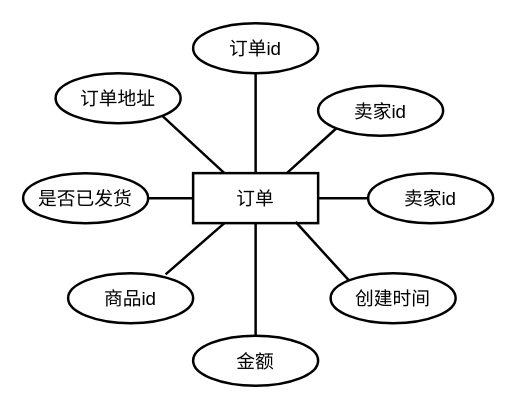
Before: 毕业设计-用户表ER图.drawio in srcrs/draw-static, a draw.io diagram. Source tidied: cells renumbered, new cells numbered last; positions are measured from the earlier drawing's top-left corner, leaving out a move shared by most shapes. Both pictures are drawn from the tidied source at 125%, with x=0, y=0 at pixel (22, 22).
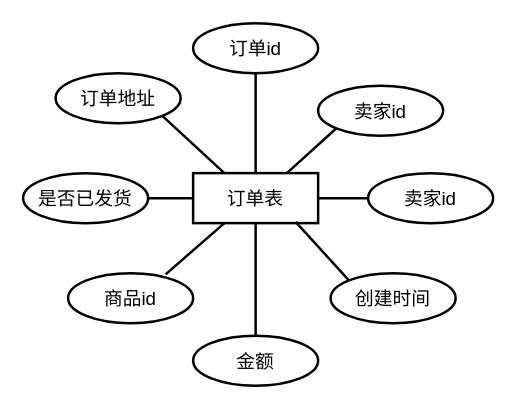
After the change.

Commit message:
更新毕业设计-用户表ER图.drawio

The edit, as a diff of the source:
```diff
@@
 <mxGraphModel>
   <root>
     <mxCell id="0" />
     <mxCell id="1" parent="0" />
-    <mxCell id="2" value="订单" style="whiteSpace=wrap;html=1;align=center;strokeWidth=2;fontSize=15;" parent="1" vertex="1">
+    <mxCell id="2" value="订单表" style="whiteSpace=wrap;html=1;align=center;strokeWidth=2;fontSize=15;" parent="1" vertex="1">
       <mxGeometry x="136" y="120" width="100" height="40" as="geometry" />
     </mxCell>
     <mxCell id="3" value="金额" style="ellipse;whiteSpace=wrap;html=1;align=center;strokeWidth=2;fontSize=15;" parent="1" vertex="1">
       <mxGeometry x="136" y="250" width="100" height="40" as="geometry" />
     </mxCell>
     <mxCell id="4" value="创建时间" style="ellipse;whiteSpace=wrap;html=1;align=center;strokeWidth=2;fontSize=15;" parent="1" vertex="1">
       <mxGeometry x="246" y="200" width="100" height="40" as="geometry" />
     </mxCell>
     <mxCell id="5" value="商品id" style="ellipse;whiteSpace=wrap;html=1;align=center;strokeWidth=2;fontSize=15;" parent="1" vertex="1">
       <mxGeometry x="36" y="200" width="100" height="40" as="geometry" />
     </mxCell>
     <mxCell id="6" value="卖家id" style="ellipse;whiteSpace=wrap;html=1;align=center;strokeWidth=2;fontSize=15;" parent="1" vertex="1">
       <mxGeometry x="276" y="120" width="100" height="40" as="geometry" />
     </mxCell>
     <mxCell id="7" value="是否已发货" style="ellipse;whiteSpace=wrap;html=1;align=center;strokeWidth=2;fontSize=15;" parent="1" vertex="1">
       <mxGeometry y="120" width="100" height="40" as="geometry" />
     </mxCell>
     <mxCell id="8" value="订单地址" style="ellipse;whiteSpace=wrap;html=1;align=center;strokeWidth=2;fontSize=15;" parent="1" vertex="1">
       <mxGeometry x="26" y="40" width="100" height="40" as="geometry" />
     </mxCell>
     <mxCell id="9" value="订单id" style="ellipse;whiteSpace=wrap;html=1;align=center;strokeWidth=2;fontSize=15;" parent="1" vertex="1">
       <mxGeometry x="136" width="100" height="40" as="geometry" />
     </mxCell>
     <mxCell id="10" value="卖家id" style="ellipse;whiteSpace=wrap;html=1;align=center;strokeWidth=2;fontSize=15;" parent="1" vertex="1">
       <mxGeometry x="236" y="50" width="100" height="40" as="geometry" />
     </mxCell>
     <mxCell id="11" style="endArrow=none;html=1;rounded=0;fontSize=15;strokeWidth=2;entryX=0.5;entryY=1;entryDx=0;entryDy=0;" parent="1" edge="1" source="3" target="2">
       <mxGeometry relative="1" as="geometry" />
     </mxCell>
     <mxCell id="12" style="endArrow=none;html=1;rounded=0;fontSize=15;strokeWidth=2;entryX=0.25;entryY=1;entryDx=0;entryDy=0;exitX=0.78;exitY=0.025;exitDx=0;exitDy=0;exitPerimeter=0;" parent="1" edge="1" source="5" target="2">
       <mxGeometry relative="1" as="geometry" />
     </mxCell>
     <mxCell id="13" style="endArrow=none;html=1;rounded=0;fontSize=15;strokeWidth=2;entryX=1;entryY=0.5;entryDx=0;entryDy=0;exitX=0;exitY=0.5;exitDx=0;exitDy=0;" parent="1" edge="1" source="2" target="7">
       <mxGeometry relative="1" as="geometry" />
     </mxCell>
     <mxCell id="14" style="endArrow=none;html=1;rounded=0;fontSize=15;strokeWidth=2;entryX=1;entryY=1;entryDx=0;entryDy=0;exitX=0.25;exitY=0;exitDx=0;exitDy=0;" parent="1" edge="1" source="2" target="8">
       <mxGeometry relative="1" as="geometry" />
     </mxCell>
     <mxCell id="15" style="endArrow=none;html=1;rounded=0;fontSize=15;strokeWidth=2;entryX=0.5;entryY=1;entryDx=0;entryDy=0;" parent="1" edge="1" source="2" target="9">
       <mxGeometry relative="1" as="geometry" />
     </mxCell>
     <mxCell id="16" style="endArrow=none;html=1;rounded=0;fontSize=15;strokeWidth=2;entryX=0.75;entryY=0;entryDx=0;entryDy=0;exitX=0;exitY=1;exitDx=0;exitDy=0;" parent="1" edge="1" source="10" target="2">
       <mxGeometry relative="1" as="geometry" />
     </mxCell>
     <mxCell id="17" style="endArrow=none;html=1;rounded=0;fontSize=15;strokeWidth=2;entryX=1;entryY=0.5;entryDx=0;entryDy=0;exitX=0;exitY=0.5;exitDx=0;exitDy=0;" parent="1" edge="1" source="6" target="2">
       <mxGeometry relative="1" as="geometry" />
     </mxCell>
     <mxCell id="18" style="endArrow=none;html=1;rounded=0;fontSize=15;strokeWidth=2;entryX=0.82;entryY=0.975;entryDx=0;entryDy=0;exitX=0;exitY=0;exitDx=0;exitDy=0;entryPerimeter=0;" parent="1" edge="1" source="4" target="2">
       <mxGeometry relative="1" as="geometry" />
     </mxCell>
   </root>
 </mxGraphModel>
```
